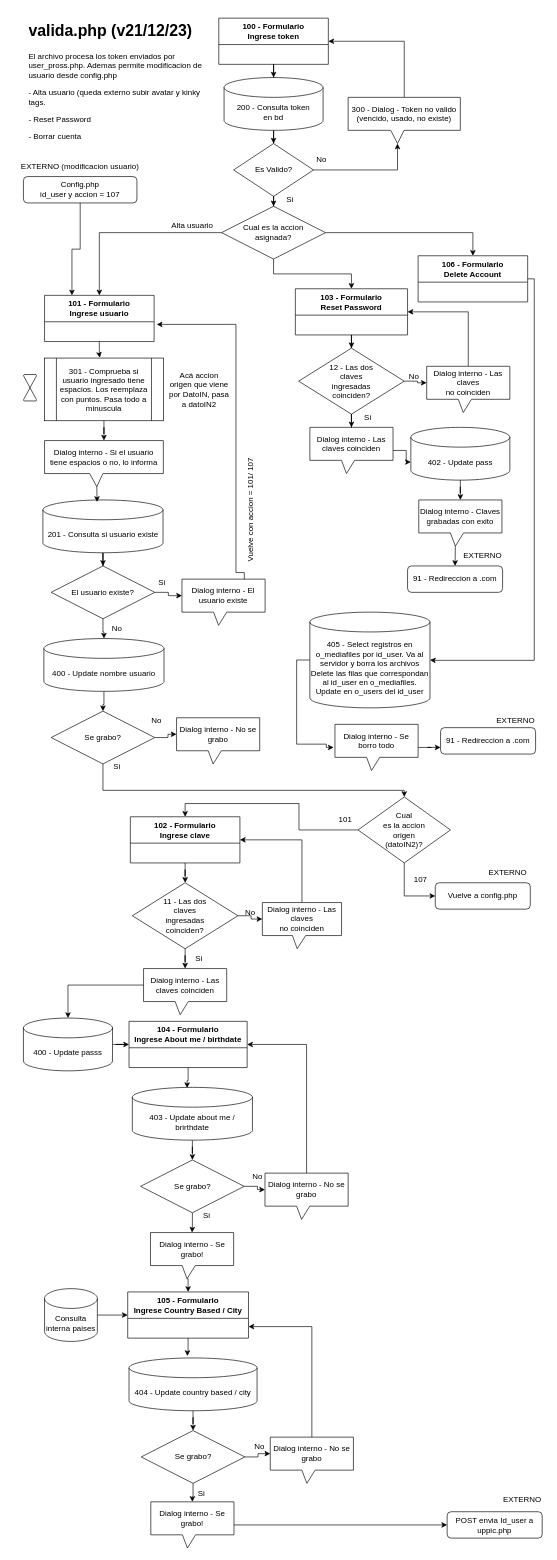
MaxiFranz/TrayectoP keeps this draw.io diagram as validaphp.drawio. Above is the earlier version. Source tidied: cells renumbered, new cells numbered last; positions are measured from the earlier drawing's top-left corner, leaving out a move shared by most shapes. Both pictures are drawn from the tidied source at 66%, with x=0, y=0 at pixel (16, 18).
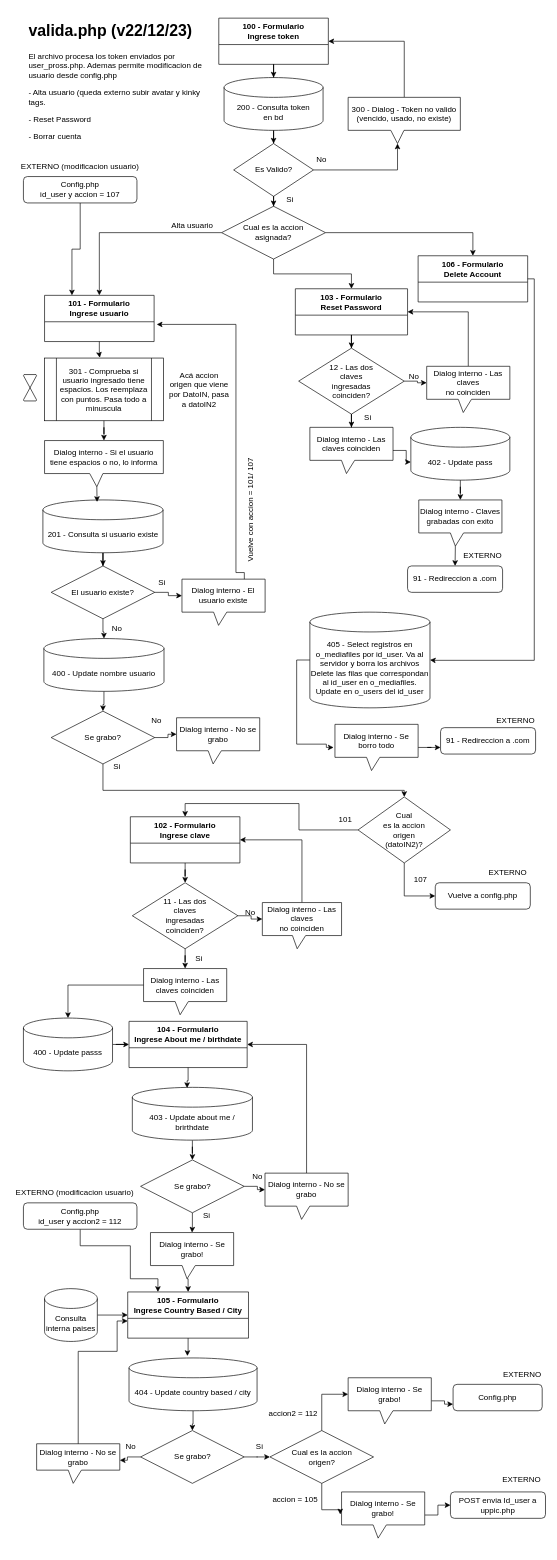
Above is the later version.

Unchanged cells that the change refers to:
```xml
<mxCell id="82" value="105 - Formulario &lt;br&gt;Ingrese Country Based / City" style="swimlane;whiteSpace=wrap;html=1;startSize=40;" parent="1" vertex="1">
  <mxGeometry x="168" y="1930" width="183" height="70" as="geometry" />
</mxCell>
```

Change to the diagram source:
```diff
@@
-    <mxCell id="88" style="edgeStyle=orthogonalEdgeStyle;rounded=0;jettySize=auto;html=1;" parent="1" edge="1" source="89" target="94">
-      <mxGeometry relative="1" as="geometry" />
-    </mxCell>
+    <mxCell id="123" style="edgeStyle=orthogonalEdgeStyle;rounded=0;jettySize=auto;html=1;entryX=0;entryY=0.5;entryDx=0;entryDy=0;" parent="1" edge="1" source="89" target="128">
+      <mxGeometry relative="1" as="geometry" />
+    </mxCell>
     <mxCell id="89" value="Se grabo?" style="rhombus;whiteSpace=wrap;html=1;" parent="1" vertex="1">
-      <mxGeometry x="188.5" y="2140" width="157" height="80" as="geometry" />
+      <mxGeometry x="187.5" y="2140" width="157" height="80" as="geometry" />
     </mxCell>
     <mxCell id="90" value="Dialog interno - No se grabo" style="shape=callout;whiteSpace=wrap;html=1;perimeter=calloutPerimeter;position2=0.44;size=20;position=0.38;" parent="1" vertex="1">
-      <mxGeometry x="384" y="2150" width="126" height="70" as="geometry" />
+      <mxGeometry x="30" y="2160" width="126" height="60" as="geometry" />
     </mxCell>
-    <mxCell id="91" style="edgeStyle=orthogonalEdgeStyle;rounded=0;jettySize=auto;html=1;entryX=0;entryY=0;entryDx=0;entryDy=25;entryPerimeter=0;" parent="1" edge="1" source="89" target="90">
-      <mxGeometry relative="1" as="geometry" />
-    </mxCell>
-    <mxCell id="92" style="edgeStyle=orthogonalEdgeStyle;rounded=0;jettySize=auto;html=1;entryX=1;entryY=0.75;entryDx=0;entryDy=0;exitX=0.5;exitY=0;exitDx=0;exitDy=0;exitPerimeter=0;" parent="1" edge="1" source="90" target="82">
-      <mxGeometry relative="1" as="geometry" />
-    </mxCell>
-    <mxCell id="93" style="edgeStyle=orthogonalEdgeStyle;rounded=0;jettySize=auto;html=1;entryX=0;entryY=0.5;entryDx=0;entryDy=0;" parent="1" edge="1" source="94" target="97">
-      <mxGeometry relative="1" as="geometry" />
-    </mxCell>
+    <mxCell id="124" style="edgeStyle=orthogonalEdgeStyle;rounded=0;jettySize=auto;html=1;entryX=0;entryY=0.75;entryDx=0;entryDy=0;" parent="1" edge="1" source="94" target="135">
+      <mxGeometry relative="1" as="geometry" />
+    </mxCell>
     <mxCell id="94" value="Dialog interno - Se grabo!" style="shape=callout;whiteSpace=wrap;html=1;perimeter=calloutPerimeter;position2=0.44;size=20;position=0.38;" parent="1" vertex="1">
-      <mxGeometry x="203" y="2248" width="126" height="70" as="geometry" />
+      <mxGeometry x="502" y="2060" width="126" height="70" as="geometry" />
     </mxCell>
-    <mxCell id="95" value="No" style="text;html=1;strokeColor=none;fillColor=none;align=center;verticalAlign=middle;whiteSpace=wrap;rounded=0;" parent="1" vertex="1">
-      <mxGeometry x="338" y="2150" width="60" height="30" as="geometry" />
-    </mxCell>
     <mxCell id="96" value="Si" style="text;html=1;strokeColor=none;fillColor=none;align=center;verticalAlign=middle;whiteSpace=wrap;rounded=0;" parent="1" vertex="1">
-      <mxGeometry x="250.2" y="2220" width="60" height="30" as="geometry" />
+      <mxGeometry x="338" y="2150" width="60" height="30" as="geometry" />
     </mxCell>
     <mxCell id="97" value="POST envia Id_user a uppic.php" style="rounded=1;whiteSpace=wrap;html=1;" parent="1" vertex="1">
-      <mxGeometry x="652" y="2263" width="144" height="40" as="geometry" />
+      <mxGeometry x="657" y="2233" width="144" height="40" as="geometry" />
     </mxCell>
@@
     <mxCell id="100" value="EXTERNO" style="text;html=1;strokeColor=none;fillColor=none;align=center;verticalAlign=middle;whiteSpace=wrap;rounded=0;" parent="1" vertex="1">
-      <mxGeometry x="736" y="2230" width="60" height="30" as="geometry" />
+      <mxGeometry x="735" y="2200" width="60" height="30" as="geometry" />
     </mxCell>
@@
-    <mxCell id="122" value="&lt;h1&gt;valida.php (v21/12/23)&lt;/h1&gt;&lt;p&gt;El archivo procesa los token enviados por user_pross.php. Ademas permite modificacion de usuario desde config.php&lt;/p&gt;&lt;p&gt;- Alta usuario (queda externo subir avatar y kinky tags.&lt;/p&gt;&lt;p&gt;- Reset Password&lt;/p&gt;&lt;p&gt;- Borrar cuenta&lt;/p&gt;" style="text;html=1;strokeColor=none;fillColor=none;spacing=5;spacingTop=-20;whiteSpace=wrap;overflow=hidden;rounded=0;" parent="1" vertex="1">
+    <mxCell id="122" value="&lt;h1&gt;valida.php (v22/12/23)&lt;/h1&gt;&lt;p&gt;El archivo procesa los token enviados por user_pross.php. Ademas permite modificacion de usuario desde config.php&lt;/p&gt;&lt;p&gt;- Alta usuario (queda externo subir avatar y kinky tags.&lt;/p&gt;&lt;p&gt;- Reset Password&lt;/p&gt;&lt;p&gt;- Borrar cuenta&lt;/p&gt;" style="text;html=1;strokeColor=none;fillColor=none;spacing=5;spacingTop=-20;whiteSpace=wrap;overflow=hidden;rounded=0;" parent="1" vertex="1">
       <mxGeometry x="12.5" width="279.5" height="200" as="geometry" />
     </mxCell>
+    <mxCell id="125" style="edgeStyle=orthogonalEdgeStyle;rounded=0;jettySize=auto;html=1;entryX=0.25;entryY=0;entryDx=0;entryDy=0;" parent="1" edge="1" source="126" target="82">
+      <mxGeometry relative="1" as="geometry">
+        <Array as="points">
+          <mxPoint x="96" y="1860" />
+          <mxPoint x="172" y="1860" />
+          <mxPoint x="172" y="1910" />
+          <mxPoint x="214" y="1910" />
+        </Array>
+      </mxGeometry>
+    </mxCell>
+    <mxCell id="126" value="Config.php&lt;br&gt;id_user y accion2 = 112" style="rounded=1;whiteSpace=wrap;html=1;" parent="1" vertex="1">
+      <mxGeometry x="10" y="1795" width="172" height="40" as="geometry" />
+    </mxCell>
+    <mxCell id="127" value="EXTERNO (modificacion usuario)" style="text;html=1;strokeColor=none;fillColor=none;align=center;verticalAlign=middle;whiteSpace=wrap;rounded=0;" parent="1" vertex="1">
+      <mxGeometry x="-8" y="1765" width="192" height="30" as="geometry" />
+    </mxCell>
+    <mxCell id="91" style="edgeStyle=orthogonalEdgeStyle;rounded=0;jettySize=auto;html=1;entryX=0;entryY=0;entryDx=126;entryDy=25;entryPerimeter=0;" parent="1" edge="1" source="89" target="90">
+      <mxGeometry relative="1" as="geometry" />
+    </mxCell>
+    <mxCell id="92" style="edgeStyle=orthogonalEdgeStyle;rounded=0;jettySize=auto;html=1;entryX=0;entryY=0.629;entryDx=0;entryDy=0;entryPerimeter=0;exitX=0.5;exitY=0;exitDx=0;exitDy=0;exitPerimeter=0;" parent="1" edge="1" source="90" target="82">
+      <mxGeometry relative="1" as="geometry">
+        <Array as="points">
+          <mxPoint x="93" y="2020" />
+          <mxPoint x="152" y="2020" />
+          <mxPoint x="152" y="1974" />
+        </Array>
+      </mxGeometry>
+    </mxCell>
+    <mxCell id="95" value="No" style="text;html=1;strokeColor=none;fillColor=none;align=center;verticalAlign=middle;whiteSpace=wrap;rounded=0;" parent="1" vertex="1">
+      <mxGeometry x="142.5" y="2150" width="60" height="30" as="geometry" />
+    </mxCell>
+    <mxCell id="128" value="Cual es la accion &lt;br&gt;origen?" style="rhombus;whiteSpace=wrap;html=1;" parent="1" vertex="1">
+      <mxGeometry x="383.5" y="2140" width="157" height="80" as="geometry" />
+    </mxCell>
+    <mxCell id="129" style="edgeStyle=orthogonalEdgeStyle;rounded=0;jettySize=auto;html=1;entryX=0;entryY=0.5;entryDx=0;entryDy=0;" parent="1" edge="1" source="130" target="97">
+      <mxGeometry relative="1" as="geometry" />
+    </mxCell>
+    <mxCell id="130" value="Dialog interno - Se grabo!" style="shape=callout;whiteSpace=wrap;html=1;perimeter=calloutPerimeter;position2=0.44;size=20;position=0.38;" parent="1" vertex="1">
+      <mxGeometry x="492" y="2233" width="126" height="70" as="geometry" />
+    </mxCell>
+    <mxCell id="131" style="edgeStyle=orthogonalEdgeStyle;rounded=0;jettySize=auto;html=1;entryX=-0.016;entryY=0.486;entryDx=0;entryDy=0;entryPerimeter=0;" parent="1" edge="1" source="128" target="130">
+      <mxGeometry relative="1" as="geometry">
+        <Array as="points">
+          <mxPoint x="462" y="2260" />
+          <mxPoint x="490" y="2260" />
+        </Array>
+      </mxGeometry>
+    </mxCell>
+    <mxCell id="132" style="edgeStyle=orthogonalEdgeStyle;rounded=0;jettySize=auto;html=1;entryX=0;entryY=0;entryDx=0;entryDy=25;entryPerimeter=0;" parent="1" edge="1" source="128" target="94">
+      <mxGeometry relative="1" as="geometry" />
+    </mxCell>
+    <mxCell id="133" value="accion = 105" style="text;html=1;strokeColor=none;fillColor=none;align=center;verticalAlign=middle;whiteSpace=wrap;rounded=0;" parent="1" vertex="1">
+      <mxGeometry x="372" y="2230" width="100" height="30" as="geometry" />
+    </mxCell>
+    <mxCell id="134" value="accion2 = 112" style="text;html=1;strokeColor=none;fillColor=none;align=center;verticalAlign=middle;whiteSpace=wrap;rounded=0;" parent="1" vertex="1">
+      <mxGeometry x="372" y="2100" width="93.5" height="30" as="geometry" />
+    </mxCell>
+    <mxCell id="135" value="Config.php" style="rounded=1;whiteSpace=wrap;html=1;" parent="1" vertex="1">
+      <mxGeometry x="661" y="2070" width="135" height="40" as="geometry" />
+    </mxCell>
+    <mxCell id="136" value="EXTERNO" style="text;html=1;strokeColor=none;fillColor=none;align=center;verticalAlign=middle;whiteSpace=wrap;rounded=0;" parent="1" vertex="1">
+      <mxGeometry x="736" y="2040" width="60" height="30" as="geometry" />
+    </mxCell>
```
